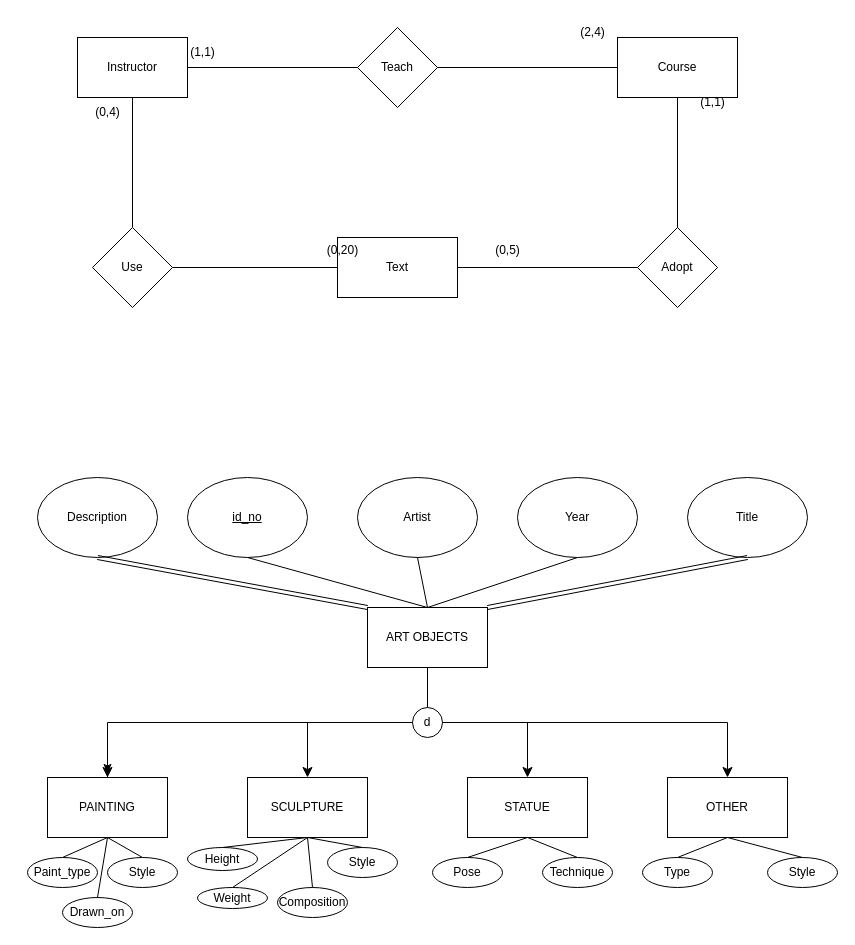
Above: page "Page-1" (1 of 2) of HW2.drawio in UsuaOSilver/370_F24 (draw.io), before the change. Source tidied: cells renumbered, new cells numbered last; positions are measured from the earlier drawing's top-left corner, leaving out a move shared by most shapes. Both pictures are drawn from the tidied source at 100%, with x=0, y=0 at pixel (27, 17).
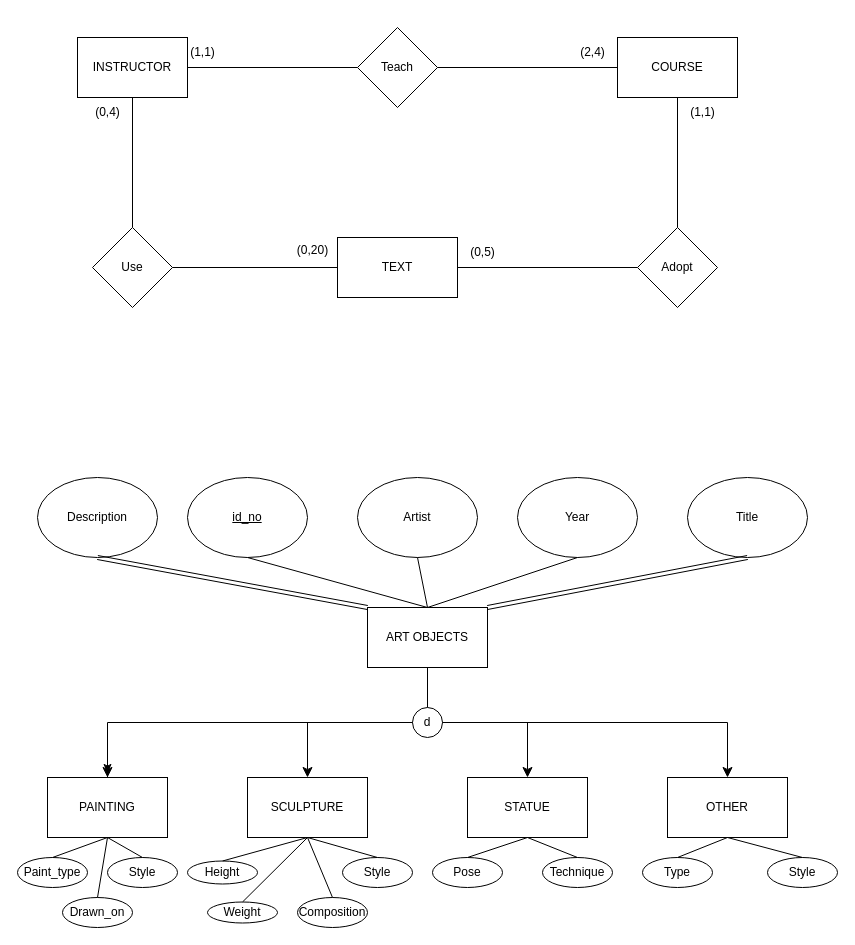
After the change.

What changed in the source:
```diff
@@
-    <mxCell id="2" value="Instructor" style="rounded=0;whiteSpace=wrap;html=1;" parent="1" vertex="1">
+    <mxCell id="2" value="INSTRUCTOR" style="rounded=0;whiteSpace=wrap;html=1;" parent="1" vertex="1">
       <mxGeometry x="50" y="20" width="110" height="60" as="geometry" />
     </mxCell>
-    <mxCell id="3" value="Course" style="rounded=0;whiteSpace=wrap;html=1;" parent="1" vertex="1">
+    <mxCell id="3" value="COURSE" style="rounded=0;whiteSpace=wrap;html=1;" parent="1" vertex="1">
       <mxGeometry x="590" y="20" width="120" height="60" as="geometry" />
     </mxCell>
-    <mxCell id="4" value="Text" style="rounded=0;whiteSpace=wrap;html=1;" parent="1" vertex="1">
+    <mxCell id="4" value="TEXT" style="rounded=0;whiteSpace=wrap;html=1;" parent="1" vertex="1">
       <mxGeometry x="310" y="220" width="120" height="60" as="geometry" />
     </mxCell>
@@
     <mxCell id="14" value="(2,4)" style="text;html=1;align=center;verticalAlign=middle;strokeColor=none;fillColor=none;" parent="1" vertex="1">
-      <mxGeometry x="540" width="50" height="30" as="geometry" />
+      <mxGeometry x="540" y="20" width="50" height="30" as="geometry" />
     </mxCell>
     <mxCell id="15" value="(1,1)" style="text;html=1;align=center;verticalAlign=middle;strokeColor=none;fillColor=none;" parent="1" vertex="1">
-      <mxGeometry x="660" y="70" width="50" height="30" as="geometry" />
+      <mxGeometry x="650" y="80" width="50" height="30" as="geometry" />
     </mxCell>
     <mxCell id="16" value="(0,5)" style="text;html=1;align=center;verticalAlign=middle;strokeColor=none;fillColor=none;" parent="1" vertex="1">
-      <mxGeometry x="455" y="218" width="50" height="30" as="geometry" />
+      <mxGeometry x="430" y="220" width="50" height="30" as="geometry" />
     </mxCell>
     <mxCell id="17" value="(0,20)" style="text;html=1;align=center;verticalAlign=middle;strokeColor=none;fillColor=none;" parent="1" vertex="1">
-      <mxGeometry x="290" y="218" width="50" height="30" as="geometry" />
+      <mxGeometry x="260" y="218" width="50" height="30" as="geometry" />
     </mxCell>
@@
     <mxCell id="40" value="Height" style="ellipse;whiteSpace=wrap;html=1;" parent="1" vertex="1">
-      <mxGeometry x="160" y="830" width="70" height="23" as="geometry" />
+      <mxGeometry x="160" y="843.5" width="70" height="23" as="geometry" />
     </mxCell>
     <mxCell id="41" value="Weight" style="ellipse;whiteSpace=wrap;html=1;" parent="1" vertex="1">
-      <mxGeometry x="170" y="870" width="70" height="21" as="geometry" />
+      <mxGeometry x="180" y="884.5" width="70" height="21" as="geometry" />
     </mxCell>
     <mxCell id="42" value="Composition" style="ellipse;whiteSpace=wrap;html=1;" parent="1" vertex="1">
-      <mxGeometry x="250" y="870" width="70" height="30" as="geometry" />
+      <mxGeometry x="270" y="880" width="70" height="30" as="geometry" />
     </mxCell>
     <mxCell id="43" value="Style" style="ellipse;whiteSpace=wrap;html=1;" parent="1" vertex="1">
-      <mxGeometry x="300" y="830" width="70" height="30" as="geometry" />
+      <mxGeometry x="315" y="840" width="70" height="30" as="geometry" />
     </mxCell>
@@
     <mxCell id="56" value="Paint_type" style="ellipse;whiteSpace=wrap;html=1;" parent="1" vertex="1">
-      <mxGeometry y="840" width="70" height="30" as="geometry" />
+      <mxGeometry x="-10" y="840" width="70" height="30" as="geometry" />
     </mxCell>
```
